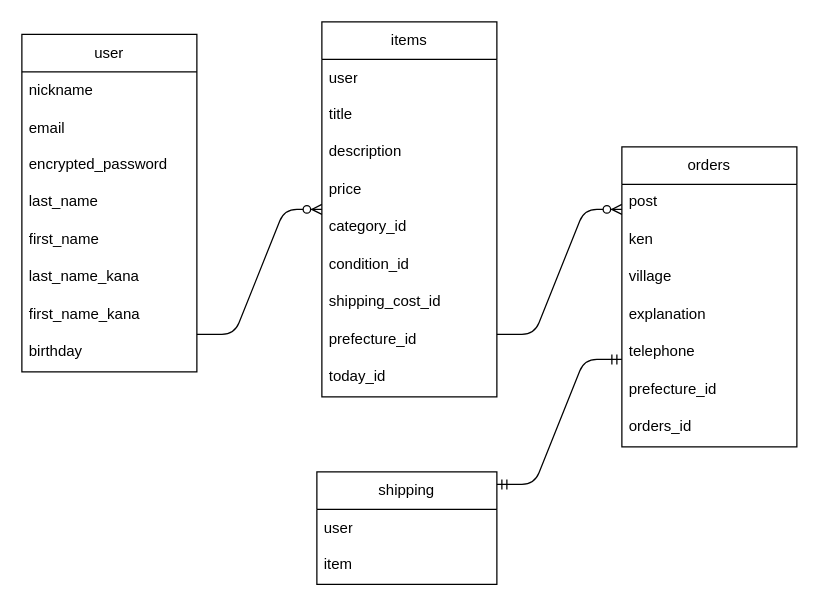
Before: furima.dio in 20230824/furima-39867, a draw.io diagram. Source tidied: cells renumbered, new cells numbered last; positions are measured from the earlier drawing's top-left corner, leaving out a move shared by most shapes. Both pictures are drawn from the tidied source at 125%, with x=0, y=0 at pixel (21, 21).
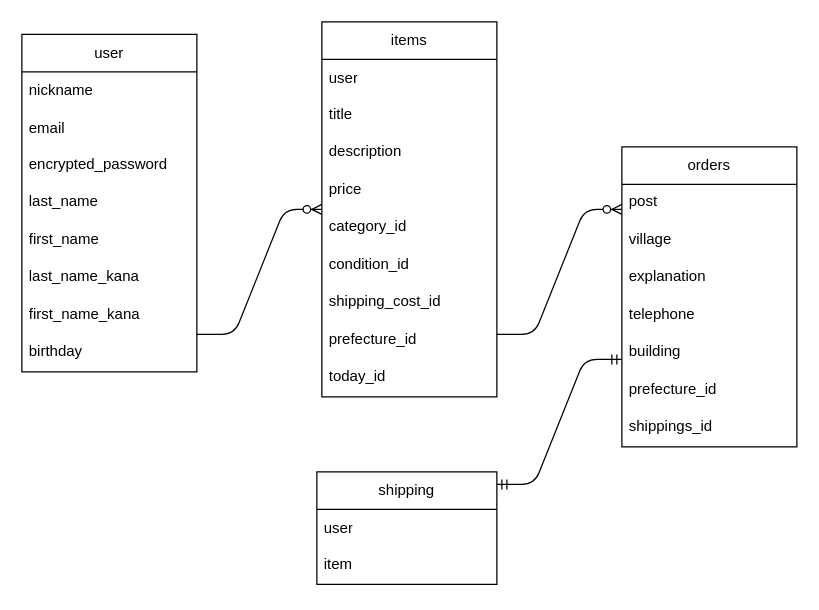
Above is the later version.

Commit message (it also covers changes not shown here):
データベース設計、修正

Unchanged cells that the change refers to:
```xml
<mxCell id="24" value="orders" style="swimlane;fontStyle=0;horizontal=1;startSize=30;whiteSpace=wrap;html=1;" parent="1" vertex="1">
  <mxGeometry x="480" y="100" width="140" height="240" as="geometry" />
</mxCell>
```

Change to the diagram source:
```diff
@@
-    <mxCell id="26" value="ken " style="text;strokeColor=none;fillColor=none;spacingLeft=4;spacingRight=4;overflow=hidden;fontSize=12;" parent="24" vertex="1">
-      <mxGeometry y="60" width="140" height="30" as="geometry" />
-    </mxCell>
     <mxCell id="27" value="village" style="text;strokeColor=none;fillColor=none;spacingLeft=4;spacingRight=4;overflow=hidden;fontSize=12;" parent="24" vertex="1">
-      <mxGeometry y="90" width="140" height="30" as="geometry" />
+      <mxGeometry y="60" width="140" height="30" as="geometry" />
     </mxCell>
     <mxCell id="28" value="explanation" style="text;strokeColor=none;fillColor=none;spacingLeft=4;spacingRight=4;overflow=hidden;fontSize=12;" parent="24" vertex="1">
-      <mxGeometry y="120" width="140" height="30" as="geometry" />
+      <mxGeometry y="90" width="140" height="30" as="geometry" />
     </mxCell>
     <mxCell id="29" value="telephone" style="text;strokeColor=none;fillColor=none;spacingLeft=4;spacingRight=4;overflow=hidden;fontSize=12;" parent="24" vertex="1">
-      <mxGeometry y="150" width="140" height="30" as="geometry" />
+      <mxGeometry y="120" width="140" height="30" as="geometry" />
     </mxCell>
+    <mxCell id="35" value="building" style="text;strokeColor=none;fillColor=none;spacingLeft=4;spacingRight=4;overflow=hidden;fontSize=12;" parent="24" vertex="1">
+      <mxGeometry y="150" width="140" height="30" as="geometry" />
+    </mxCell>
@@
-    <mxCell id="31" value="orders_id" style="text;strokeColor=none;fillColor=none;spacingLeft=4;spacingRight=4;overflow=hidden;fontSize=12;" parent="24" vertex="1">
+    <mxCell id="31" value="shippings_id" style="text;strokeColor=none;fillColor=none;spacingLeft=4;spacingRight=4;overflow=hidden;fontSize=12;" parent="24" vertex="1">
       <mxGeometry y="210" width="140" height="30" as="geometry" />
     </mxCell>
```
